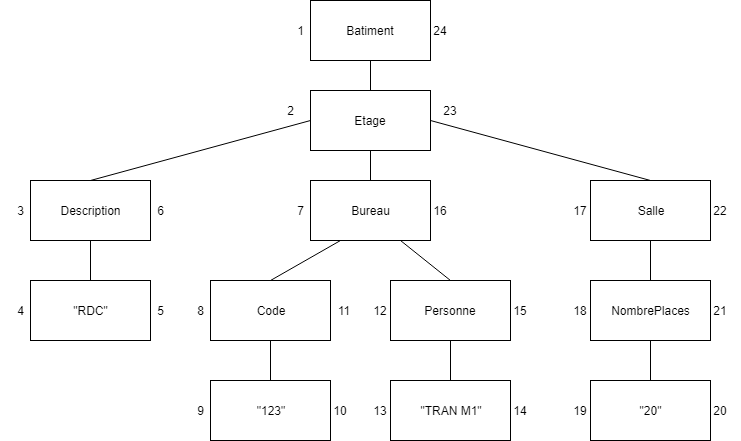
KhanggNguyen/M1 keeps this draw.io diagram as HMIN103-DonnéesDuWeb/TD3/Schéma stockage relationnel.png. Above is the earlier version. Source tidied: cells renumbered, new cells last; positions are measured from the earlier drawing's top-left corner, leaving out a move shared by most shapes.
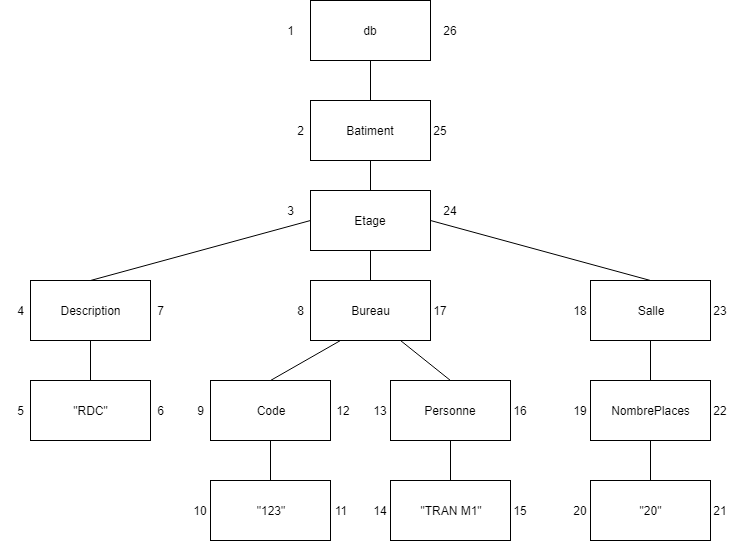
The same file after the commit.

What changed in the source:
```diff
@@ -68,83 +68,95 @@
     <mxCell id="23" style="endArrow=none;html=1;entryX=0.5;entryY=1;entryDx=0;entryDy=0;exitX=0.5;exitY=0;exitDx=0;exitDy=0;" parent="1" edge="1" source="12" target="6">
       <mxGeometry relative="1" as="geometry" />
     </mxCell>
-    <mxCell id="24" value="2" style="text;html=1;strokeColor=none;fillColor=none;align=center;verticalAlign=middle;whiteSpace=wrap;rounded=0;" parent="1" vertex="1">
+    <mxCell id="24" value="3" style="text;html=1;strokeColor=none;fillColor=none;align=center;verticalAlign=middle;whiteSpace=wrap;rounded=0;" parent="1" vertex="1">
       <mxGeometry x="270" y="100" width="40" height="20" as="geometry" />
     </mxCell>
-    <mxCell id="25" value="23" style="text;html=1;strokeColor=none;fillColor=none;align=center;verticalAlign=middle;whiteSpace=wrap;rounded=0;" parent="1" vertex="1">
+    <mxCell id="25" value="24" style="text;html=1;strokeColor=none;fillColor=none;align=center;verticalAlign=middle;whiteSpace=wrap;rounded=0;" parent="1" vertex="1">
       <mxGeometry x="430" y="100" width="40" height="20" as="geometry" />
     </mxCell>
-    <mxCell id="26" value="3" style="text;html=1;strokeColor=none;fillColor=none;align=center;verticalAlign=middle;whiteSpace=wrap;rounded=0;" parent="1" vertex="1">
+    <mxCell id="26" value="4" style="text;html=1;strokeColor=none;fillColor=none;align=center;verticalAlign=middle;whiteSpace=wrap;rounded=0;" parent="1" vertex="1">
       <mxGeometry y="200" width="40" height="20" as="geometry" />
     </mxCell>
-    <mxCell id="27" value="6" style="text;html=1;strokeColor=none;fillColor=none;align=center;verticalAlign=middle;whiteSpace=wrap;rounded=0;" parent="1" vertex="1">
+    <mxCell id="27" value="7" style="text;html=1;strokeColor=none;fillColor=none;align=center;verticalAlign=middle;whiteSpace=wrap;rounded=0;" parent="1" vertex="1">
       <mxGeometry x="140" y="200" width="40" height="20" as="geometry" />
     </mxCell>
-    <mxCell id="28" value="4" style="text;html=1;strokeColor=none;fillColor=none;align=center;verticalAlign=middle;whiteSpace=wrap;rounded=0;" parent="1" vertex="1">
+    <mxCell id="28" value="5" style="text;html=1;strokeColor=none;fillColor=none;align=center;verticalAlign=middle;whiteSpace=wrap;rounded=0;" parent="1" vertex="1">
       <mxGeometry y="300" width="40" height="20" as="geometry" />
     </mxCell>
-    <mxCell id="29" value="5" style="text;html=1;strokeColor=none;fillColor=none;align=center;verticalAlign=middle;whiteSpace=wrap;rounded=0;" parent="1" vertex="1">
+    <mxCell id="29" value="6" style="text;html=1;strokeColor=none;fillColor=none;align=center;verticalAlign=middle;whiteSpace=wrap;rounded=0;" parent="1" vertex="1">
       <mxGeometry x="140" y="300" width="40" height="20" as="geometry" />
     </mxCell>
     <mxCell id="30" style="endArrow=none;html=1;entryX=0.5;entryY=1;entryDx=0;entryDy=0;exitX=0.5;exitY=0;exitDx=0;exitDy=0;" parent="1" edge="1" source="3" target="2">
       <mxGeometry relative="1" as="geometry" />
     </mxCell>
-    <mxCell id="31" value="1" style="text;html=1;strokeColor=none;fillColor=none;align=center;verticalAlign=middle;whiteSpace=wrap;rounded=0;" parent="1" vertex="1">
+    <mxCell id="31" value="2" style="text;html=1;strokeColor=none;fillColor=none;align=center;verticalAlign=middle;whiteSpace=wrap;rounded=0;" parent="1" vertex="1">
       <mxGeometry x="280" y="20" width="40" height="20" as="geometry" />
     </mxCell>
-    <mxCell id="32" value="24" style="text;html=1;strokeColor=none;fillColor=none;align=center;verticalAlign=middle;whiteSpace=wrap;rounded=0;" parent="1" vertex="1">
+    <mxCell id="32" value="25" style="text;html=1;strokeColor=none;fillColor=none;align=center;verticalAlign=middle;whiteSpace=wrap;rounded=0;" parent="1" vertex="1">
       <mxGeometry x="420" y="20" width="40" height="20" as="geometry" />
     </mxCell>
-    <mxCell id="33" value="7" style="text;html=1;strokeColor=none;fillColor=none;align=center;verticalAlign=middle;whiteSpace=wrap;rounded=0;" parent="1" vertex="1">
+    <mxCell id="33" value="8" style="text;html=1;strokeColor=none;fillColor=none;align=center;verticalAlign=middle;whiteSpace=wrap;rounded=0;" parent="1" vertex="1">
       <mxGeometry x="280" y="200" width="40" height="20" as="geometry" />
     </mxCell>
-    <mxCell id="34" value="8" style="text;html=1;strokeColor=none;fillColor=none;align=center;verticalAlign=middle;whiteSpace=wrap;rounded=0;" parent="1" vertex="1">
+    <mxCell id="34" value="9" style="text;html=1;strokeColor=none;fillColor=none;align=center;verticalAlign=middle;whiteSpace=wrap;rounded=0;" parent="1" vertex="1">
       <mxGeometry x="180" y="300" width="40" height="20" as="geometry" />
     </mxCell>
-    <mxCell id="35" value="9" style="text;html=1;strokeColor=none;fillColor=none;align=center;verticalAlign=middle;whiteSpace=wrap;rounded=0;" parent="1" vertex="1">
+    <mxCell id="35" value="10" style="text;html=1;strokeColor=none;fillColor=none;align=center;verticalAlign=middle;whiteSpace=wrap;rounded=0;" parent="1" vertex="1">
       <mxGeometry x="180" y="400" width="40" height="20" as="geometry" />
     </mxCell>
-    <mxCell id="36" value="10" style="text;html=1;strokeColor=none;fillColor=none;align=center;verticalAlign=middle;whiteSpace=wrap;rounded=0;" parent="1" vertex="1">
+    <mxCell id="36" value="11" style="text;html=1;strokeColor=none;fillColor=none;align=center;verticalAlign=middle;whiteSpace=wrap;rounded=0;" parent="1" vertex="1">
       <mxGeometry x="320" y="400" width="40" height="20" as="geometry" />
     </mxCell>
-    <mxCell id="37" value="11" style="text;html=1;strokeColor=none;fillColor=none;align=center;verticalAlign=middle;whiteSpace=wrap;rounded=0;" parent="1" vertex="1">
+    <mxCell id="37" value="12" style="text;html=1;strokeColor=none;fillColor=none;align=center;verticalAlign=middle;whiteSpace=wrap;rounded=0;" parent="1" vertex="1">
       <mxGeometry x="323" y="300" width="40" height="20" as="geometry" />
     </mxCell>
-    <mxCell id="38" value="12" style="text;html=1;strokeColor=none;fillColor=none;align=center;verticalAlign=middle;whiteSpace=wrap;rounded=0;" parent="1" vertex="1">
+    <mxCell id="38" value="13" style="text;html=1;strokeColor=none;fillColor=none;align=center;verticalAlign=middle;whiteSpace=wrap;rounded=0;" parent="1" vertex="1">
       <mxGeometry x="360" y="300" width="40" height="20" as="geometry" />
     </mxCell>
-    <mxCell id="39" value="13" style="text;html=1;strokeColor=none;fillColor=none;align=center;verticalAlign=middle;whiteSpace=wrap;rounded=0;" parent="1" vertex="1">
+    <mxCell id="39" value="14" style="text;html=1;strokeColor=none;fillColor=none;align=center;verticalAlign=middle;whiteSpace=wrap;rounded=0;" parent="1" vertex="1">
       <mxGeometry x="360" y="400" width="40" height="20" as="geometry" />
     </mxCell>
-    <mxCell id="40" value="14" style="text;html=1;strokeColor=none;fillColor=none;align=center;verticalAlign=middle;whiteSpace=wrap;rounded=0;" parent="1" vertex="1">
+    <mxCell id="40" value="15" style="text;html=1;strokeColor=none;fillColor=none;align=center;verticalAlign=middle;whiteSpace=wrap;rounded=0;" parent="1" vertex="1">
       <mxGeometry x="500" y="400" width="40" height="20" as="geometry" />
     </mxCell>
-    <mxCell id="41" value="15" style="text;html=1;strokeColor=none;fillColor=none;align=center;verticalAlign=middle;whiteSpace=wrap;rounded=0;" parent="1" vertex="1">
+    <mxCell id="41" value="16" style="text;html=1;strokeColor=none;fillColor=none;align=center;verticalAlign=middle;whiteSpace=wrap;rounded=0;" parent="1" vertex="1">
       <mxGeometry x="500" y="300" width="40" height="20" as="geometry" />
     </mxCell>
-    <mxCell id="42" value="16" style="text;html=1;strokeColor=none;fillColor=none;align=center;verticalAlign=middle;whiteSpace=wrap;rounded=0;" parent="1" vertex="1">
+    <mxCell id="42" value="17" style="text;html=1;strokeColor=none;fillColor=none;align=center;verticalAlign=middle;whiteSpace=wrap;rounded=0;" parent="1" vertex="1">
       <mxGeometry x="420" y="200" width="40" height="20" as="geometry" />
     </mxCell>
-    <mxCell id="43" value="17" style="text;html=1;strokeColor=none;fillColor=none;align=center;verticalAlign=middle;whiteSpace=wrap;rounded=0;" parent="1" vertex="1">
+    <mxCell id="43" value="18" style="text;html=1;strokeColor=none;fillColor=none;align=center;verticalAlign=middle;whiteSpace=wrap;rounded=0;" parent="1" vertex="1">
       <mxGeometry x="560" y="200" width="40" height="20" as="geometry" />
     </mxCell>
-    <mxCell id="44" value="18" style="text;html=1;strokeColor=none;fillColor=none;align=center;verticalAlign=middle;whiteSpace=wrap;rounded=0;" parent="1" vertex="1">
+    <mxCell id="44" value="19" style="text;html=1;strokeColor=none;fillColor=none;align=center;verticalAlign=middle;whiteSpace=wrap;rounded=0;" parent="1" vertex="1">
       <mxGeometry x="560" y="300" width="40" height="20" as="geometry" />
     </mxCell>
-    <mxCell id="45" value="19" style="text;html=1;strokeColor=none;fillColor=none;align=center;verticalAlign=middle;whiteSpace=wrap;rounded=0;" parent="1" vertex="1">
+    <mxCell id="45" value="20" style="text;html=1;strokeColor=none;fillColor=none;align=center;verticalAlign=middle;whiteSpace=wrap;rounded=0;" parent="1" vertex="1">
       <mxGeometry x="560" y="400" width="40" height="20" as="geometry" />
     </mxCell>
-    <mxCell id="46" value="20" style="text;html=1;strokeColor=none;fillColor=none;align=center;verticalAlign=middle;whiteSpace=wrap;rounded=0;" parent="1" vertex="1">
+    <mxCell id="46" value="21" style="text;html=1;strokeColor=none;fillColor=none;align=center;verticalAlign=middle;whiteSpace=wrap;rounded=0;" parent="1" vertex="1">
       <mxGeometry x="700" y="400" width="40" height="20" as="geometry" />
     </mxCell>
-    <mxCell id="47" value="21" style="text;html=1;strokeColor=none;fillColor=none;align=center;verticalAlign=middle;whiteSpace=wrap;rounded=0;" parent="1" vertex="1">
+    <mxCell id="47" value="22" style="text;html=1;strokeColor=none;fillColor=none;align=center;verticalAlign=middle;whiteSpace=wrap;rounded=0;" parent="1" vertex="1">
       <mxGeometry x="700" y="300" width="40" height="20" as="geometry" />
     </mxCell>
-    <mxCell id="48" value="22" style="text;html=1;strokeColor=none;fillColor=none;align=center;verticalAlign=middle;whiteSpace=wrap;rounded=0;" parent="1" vertex="1">
+    <mxCell id="48" value="23" style="text;html=1;strokeColor=none;fillColor=none;align=center;verticalAlign=middle;whiteSpace=wrap;rounded=0;" parent="1" vertex="1">
       <mxGeometry x="700" y="200" width="40" height="20" as="geometry" />
     </mxCell>
     <mxCell id="49" style="edgeStyle=orthogonalEdgeStyle;rounded=0;orthogonalLoop=1;jettySize=auto;html=1;exitX=0.5;exitY=1;exitDx=0;exitDy=0;" parent="1" edge="1" source="31" target="31">
       <mxGeometry relative="1" as="geometry" />
     </mxCell>
+    <mxCell id="50" value="db" style="rounded=0;whiteSpace=wrap;html=1;" parent="1" vertex="1">
+      <mxGeometry x="310" y="-100" width="120" height="60" as="geometry" />
+    </mxCell>
+    <mxCell id="51" style="endArrow=none;html=1;entryX=0.5;entryY=1;entryDx=0;entryDy=0;exitX=0.5;exitY=0;exitDx=0;exitDy=0;" parent="1" edge="1" source="2" target="50">
+      <mxGeometry relative="1" as="geometry" />
+    </mxCell>
+    <mxCell id="52" value="1" style="text;html=1;strokeColor=none;fillColor=none;align=center;verticalAlign=middle;whiteSpace=wrap;rounded=0;" parent="1" vertex="1">
+      <mxGeometry x="270" y="-80" width="40" height="20" as="geometry" />
+    </mxCell>
+    <mxCell id="53" value="26" style="text;html=1;strokeColor=none;fillColor=none;align=center;verticalAlign=middle;whiteSpace=wrap;rounded=0;" parent="1" vertex="1">
+      <mxGeometry x="430" y="-80" width="40" height="20" as="geometry" />
+    </mxCell>
   </root>
 </mxGraphModel>
```
